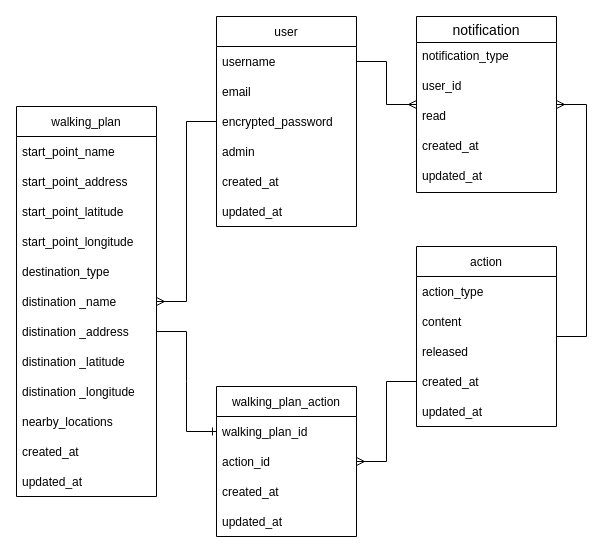
Before: 散歩くじ/walking_lot.drawio in satoshitodaka/my_portfolio, a draw.io diagram. Source tidied: cells renumbered, new cells numbered last; positions are measured from the earlier drawing's top-left corner, leaving out a move shared by most shapes. Both pictures are drawn from the tidied source at 100%, with x=0, y=0 at pixel (16, 16).
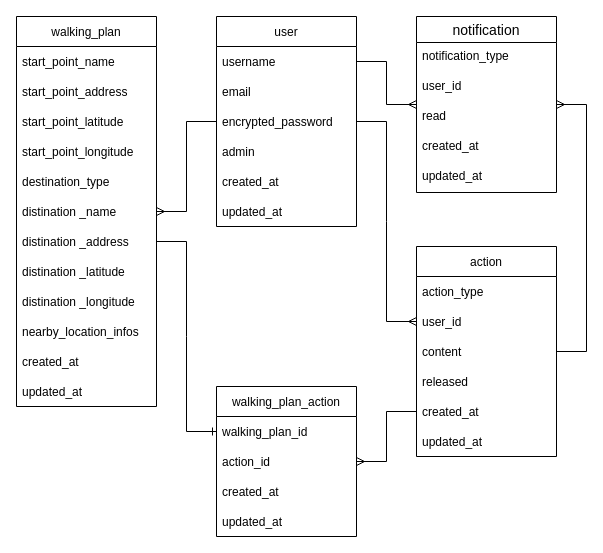
Above is the later version.

Commit message (it also covers changes not shown here):
add ポートフォリオのER図やFigmaの情報を追加

The change refers to these unchanged cells:
```xml
<mxCell id="2" value="user" style="swimlane;fontStyle=0;horizontal=1;startSize=30;" parent="1" vertex="1">
  <mxGeometry x="200" width="140" height="210" as="geometry" />
</mxCell>
```

What changed in the source:
```diff
@@
     <mxCell id="9" value="walking_plan" style="swimlane;fontStyle=0;horizontal=1;startSize=30;" parent="1" vertex="1">
-      <mxGeometry y="90" width="140" height="390" as="geometry" />
+      <mxGeometry width="140" height="390" as="geometry" />
     </mxCell>
@@
-    <mxCell id="19" value="nearby_locations" style="text;strokeColor=none;fillColor=none;align=left;verticalAlign=middle;spacingLeft=4;spacingRight=4;overflow=hidden;" parent="9" vertex="1">
+    <mxCell id="19" value="nearby_location_infos" style="text;strokeColor=none;fillColor=none;align=left;verticalAlign=middle;spacingLeft=4;spacingRight=4;overflow=hidden;" parent="9" vertex="1">
       <mxGeometry y="300" width="140" height="30" as="geometry" />
     </mxCell>
@@
     <mxCell id="22" value="action" style="swimlane;fontStyle=0;horizontal=1;startSize=30;" parent="1" vertex="1">
-      <mxGeometry x="400" y="230" width="140" height="180" as="geometry" />
+      <mxGeometry x="400" y="230" width="140" height="210" as="geometry" />
     </mxCell>
@@
+    <mxCell id="44" value="user_id" style="text;strokeColor=none;fillColor=none;align=left;verticalAlign=middle;spacingLeft=4;spacingRight=4;overflow=hidden;points=[[0,0.5],[1,0.5]];portConstraint=eastwest;" parent="22" vertex="1">
+      <mxGeometry y="60" width="140" height="30" as="geometry" />
+    </mxCell>
     <mxCell id="24" value="content" style="text;strokeColor=none;fillColor=none;align=left;verticalAlign=middle;spacingLeft=4;spacingRight=4;overflow=hidden;" parent="22" vertex="1">
-      <mxGeometry y="60" width="140" height="30" as="geometry" />
+      <mxGeometry y="90" width="140" height="30" as="geometry" />
     </mxCell>
     <mxCell id="25" value="released" style="text;strokeColor=none;fillColor=none;align=left;verticalAlign=middle;spacingLeft=4;spacingRight=4;overflow=hidden;" parent="22" vertex="1">
-      <mxGeometry y="90" width="140" height="30" as="geometry" />
+      <mxGeometry y="120" width="140" height="30" as="geometry" />
     </mxCell>
     <mxCell id="26" value="created_at" style="text;strokeColor=none;fillColor=none;align=left;verticalAlign=middle;spacingLeft=4;spacingRight=4;overflow=hidden;points=[[0,0.5],[1,0.5]];portConstraint=eastwest;" parent="22" vertex="1">
-      <mxGeometry y="120" width="140" height="30" as="geometry" />
+      <mxGeometry y="150" width="140" height="30" as="geometry" />
     </mxCell>
     <mxCell id="27" value="updated_at" style="text;strokeColor=none;fillColor=none;align=left;verticalAlign=middle;spacingLeft=4;spacingRight=4;overflow=hidden;" parent="22" vertex="1">
-      <mxGeometry y="150" width="140" height="30" as="geometry" />
+      <mxGeometry y="180" width="140" height="30" as="geometry" />
     </mxCell>
@@
+    <mxCell id="45" style="edgeStyle=entityRelationEdgeStyle;fontSize=12;html=1;endArrow=ERmany;rounded=0;" parent="1" edge="1" source="2" target="44">
+      <mxGeometry relative="1" as="geometry" />
+    </mxCell>
```
